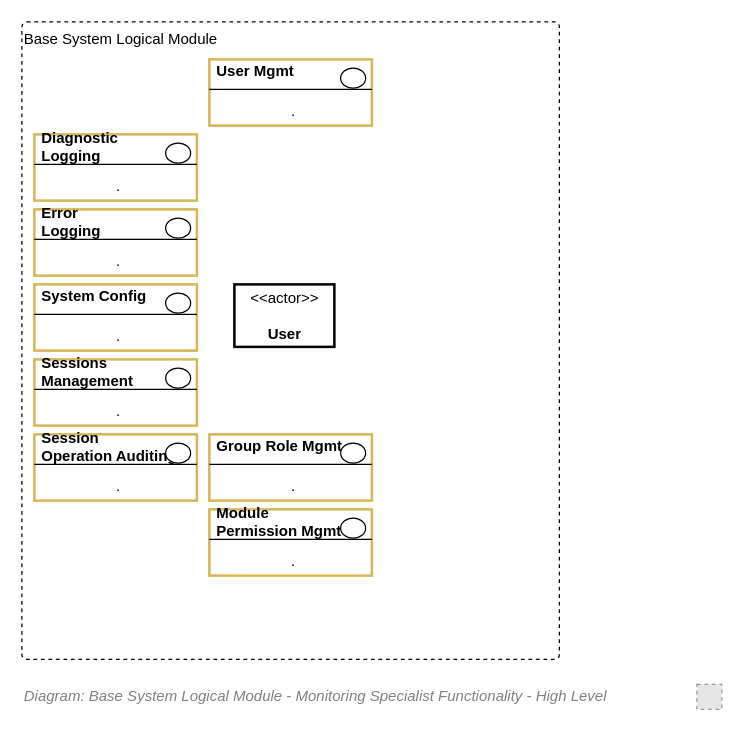
Earlier version of the draw.io diagram 43.Functionality View/Functionality View - Required Capabilities - Monitoring Specialist.drawio (skysgh/System.Design.Resources.Service). Source tidied: cells renumbered, new cells numbered last; positions are measured from the earlier drawing's top-left corner, leaving out a move shared by most shapes. Both pictures are drawn from the tidied source at 125%, with x=0, y=0 at pixel (21, 21). Pictures stored in the file or linked from it are replaced by grey dashed boxes.
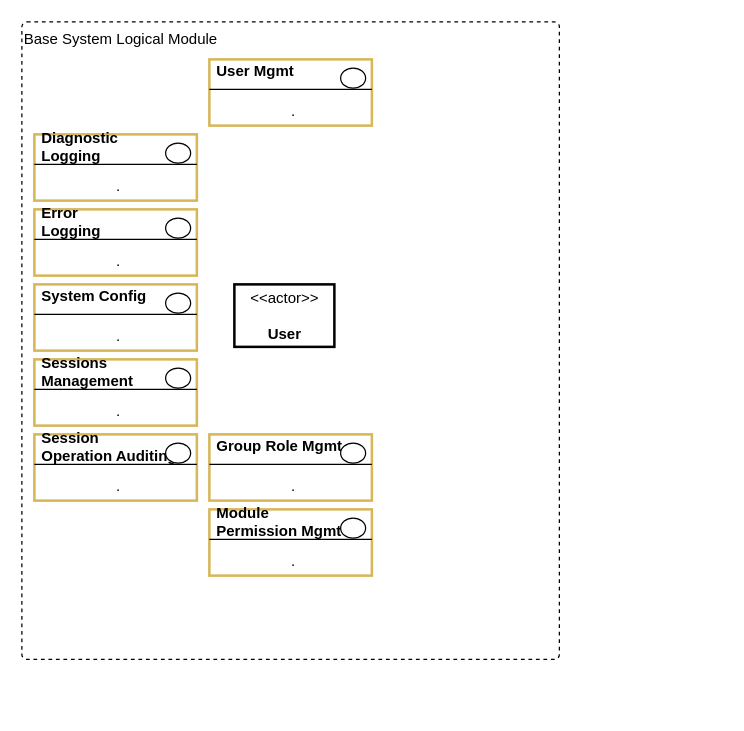
After the change.

What changed in the source:
```diff
@@
-    <mxCell id="2" value="&lt;font style=&quot;font-size: 12px&quot;&gt;Diagram: Base System Logical Module - Monitoring Specialist Functionality - High Level&lt;/font&gt;" style="text;strokeColor=none;fillColor=none;html=1;fontSize=12;fontStyle=2;verticalAlign=middle;align=left;shadow=0;glass=0;comic=0;opacity=30;fontColor=#808080;strokeWidth=1;" parent="1" vertex="1">
-      <mxGeometry y="530" width="520" height="20" as="geometry" />
-    </mxCell>
-    <mxCell id="3" style="fillColor=#E6E6E6;strokeColor=#999999;dashed=1;html=1;verticalAlign=top;verticalLabelPosition=bottom;labelBackgroundColor=#ffffff;fontFamily=Helvetica;fontSize=12;fontColor=#000000;align=center;" parent="1" vertex="1">
-      <mxGeometry x="540" y="530" width="20" height="20" as="geometry" />
-    </mxCell>
```
